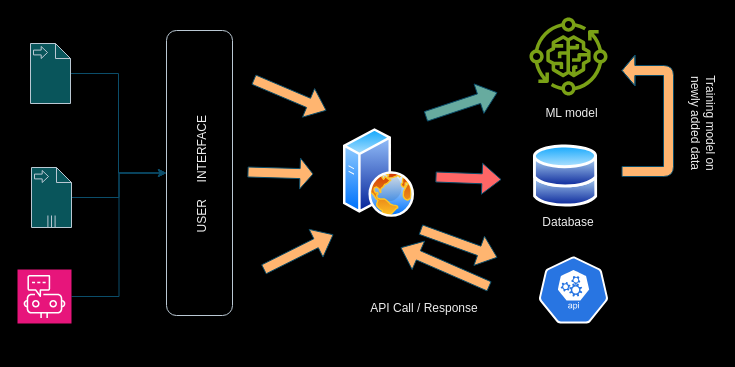
anurag629/draw.io keeps this draw.io diagram as dataflow.drawio. Above is the earlier version. Source tidied: cells renumbered, new cells numbered last; positions are measured from the earlier drawing's top-left corner, leaving out a move shared by most shapes. Both pictures are drawn from the tidied source at 100%, with x=0, y=0 at pixel (17, 17).
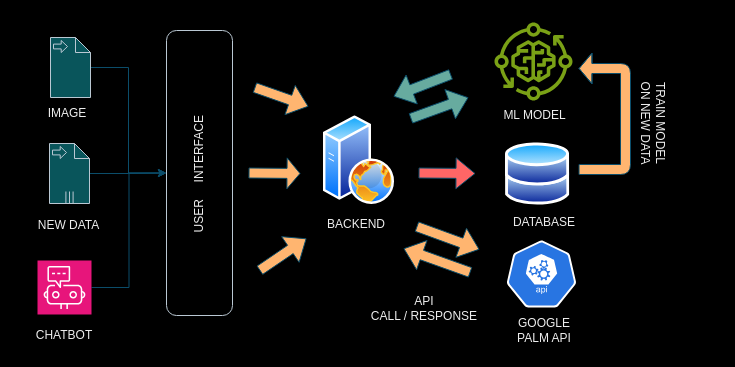
The same page after the edit.

The edit, as a diff of the source:
```diff
@@
     <mxCell id="2" style="image;perimeter=ellipsePerimeter;html=1;align=center;shadow=0;dashed=0;spacingTop=3;image=img/lib/active_directory/databases.svg;rounded=1;labelBackgroundColor=none;fillColor=#09555B;strokeColor=#BAC8D3;fontColor=#EEEEEE;" parent="1" vertex="1">
-      <mxGeometry x="516" y="127" width="64.3" height="63" as="geometry" />
+      <mxGeometry x="488" y="125" width="64.3" height="63" as="geometry" />
     </mxCell>
@@
     <mxCell id="4" style="shape=mxgraph.bpmn.data;labelPosition=center;verticalLabelPosition=bottom;align=center;verticalAlign=top;size=15;html=1;bpmnTransferType=input;rounded=1;labelBackgroundColor=none;fillColor=#09555B;strokeColor=#BAC8D3;fontColor=#EEEEEE;" parent="1" vertex="1">
-      <mxGeometry x="13" y="26" width="40" height="60" as="geometry" />
+      <mxGeometry x="33" y="20" width="40" height="60" as="geometry" />
     </mxCell>
@@
     <mxCell id="6" style="shape=mxgraph.bpmn.data;labelPosition=center;verticalLabelPosition=bottom;align=center;verticalAlign=top;size=15;html=1;bpmnTransferType=input;isCollection=1;rounded=1;labelBackgroundColor=none;fillColor=#09555B;strokeColor=#BAC8D3;fontColor=#EEEEEE;" parent="1" vertex="1">
-      <mxGeometry x="14" y="150" width="40" height="60" as="geometry" />
+      <mxGeometry x="32" y="126" width="40" height="60" as="geometry" />
     </mxCell>
     <mxCell id="7" style="image;perimeter=ellipsePerimeter;html=1;align=center;shadow=0;dashed=0;spacingTop=3;image=img/lib/active_directory/web_server.svg;rounded=1;labelBackgroundColor=none;fillColor=#09555B;strokeColor=#BAC8D3;fontColor=#EEEEEE;" parent="1" vertex="1">
-      <mxGeometry x="326" y="111.1" width="71" height="88.8" as="geometry" />
+      <mxGeometry x="306" y="98.2" width="71" height="88.8" as="geometry" />
     </mxCell>
@@
     <mxCell id="9" style="shape=flexArrow;endArrow=classic;html=1;rounded=1;strokeColor=#0B4D6A;fillColor=#FFB570;endSize=4;startSize=1;" parent="1" edge="1">
       <mxGeometry relative="1" as="geometry">
-        <mxPoint x="230" y="154.5" as="sourcePoint" />
-        <mxPoint x="296" y="156.5" as="targetPoint" />
+        <mxPoint x="231" y="155.5" as="sourcePoint" />
+        <mxPoint x="283" y="156" as="targetPoint" />
       </mxGeometry>
     </mxCell>
@@
     <mxCell id="11" style="sketch=0;points=[[0,0,0],[0.25,0,0],[0.5,0,0],[0.75,0,0],[1,0,0],[0,1,0],[0.25,1,0],[0.5,1,0],[0.75,1,0],[1,1,0],[0,0.25,0],[0,0.5,0],[0,0.75,0],[1,0.25,0],[1,0.5,0],[1,0.75,0]];points=[[0,0,0],[0.25,0,0],[0.5,0,0],[0.75,0,0],[1,0,0],[0,1,0],[0.25,1,0],[0.5,1,0],[0.75,1,0],[1,1,0],[0,0.25,0],[0,0.5,0],[0,0.75,0],[1,0.25,0],[1,0.5,0],[1,0.75,0]];outlineConnect=0;fontColor=#232F3E;fillColor=#E7157B;strokeColor=#ffffff;dashed=0;verticalLabelPosition=bottom;verticalAlign=top;align=center;html=1;fontSize=12;fontStyle=0;shape=mxgraph.aws4.resourceIcon;resIcon=mxgraph.aws4.chatbot;" parent="1" vertex="1">
-      <mxGeometry y="252" width="54" height="54" as="geometry" />
+      <mxGeometry x="20" y="243" width="54" height="54" as="geometry" />
     </mxCell>
     <mxCell id="12" style="shape=flexArrow;endArrow=classic;html=1;rounded=1;strokeColor=#0B4D6A;fillColor=#FFB570;" parent="1" edge="1">
       <mxGeometry relative="1" as="geometry">
-        <mxPoint x="236" y="62" as="sourcePoint" />
-        <mxPoint x="309" y="93" as="targetPoint" />
+        <mxPoint x="237" y="70" as="sourcePoint" />
+        <mxPoint x="291" y="89" as="targetPoint" />
       </mxGeometry>
     </mxCell>
     <mxCell id="13" style="shape=flexArrow;endArrow=classic;html=1;rounded=1;strokeColor=#0B4D6A;fillColor=#FFB570;" parent="1" edge="1">
       <mxGeometry relative="1" as="geometry">
-        <mxPoint x="246" y="252" as="sourcePoint" />
-        <mxPoint x="316" y="217" as="targetPoint" />
+        <mxPoint x="242" y="253" as="sourcePoint" />
+        <mxPoint x="289" y="221" as="targetPoint" />
       </mxGeometry>
     </mxCell>
     <mxCell id="14" style="shape=flexArrow;endArrow=classic;html=1;rounded=1;strokeColor=#0B4D6A;fillColor=#FF6666;" parent="1" edge="1">
       <mxGeometry relative="1" as="geometry">
-        <mxPoint x="418" y="159.5" as="sourcePoint" />
-        <mxPoint x="484" y="162" as="targetPoint" />
+        <mxPoint x="401" y="155.5" as="sourcePoint" />
+        <mxPoint x="458" y="156" as="targetPoint" />
       </mxGeometry>
     </mxCell>
     <mxCell id="15" style="shape=flexArrow;endArrow=classic;html=1;rounded=1;strokeColor=#0B4D6A;fillColor=#67AB9F;" parent="1" edge="1">
       <mxGeometry relative="1" as="geometry">
-        <mxPoint x="408" y="99" as="sourcePoint" />
-        <mxPoint x="480" y="75" as="targetPoint" />
+        <mxPoint x="393" y="101" as="sourcePoint" />
+        <mxPoint x="451" y="80" as="targetPoint" />
       </mxGeometry>
     </mxCell>
     <mxCell id="16" style="shape=flexArrow;endArrow=classic;html=1;rounded=1;strokeColor=#0B4D6A;fillColor=#FFB570;" parent="1" edge="1">
       <mxGeometry relative="1" as="geometry">
-        <mxPoint x="403" y="212" as="sourcePoint" />
-        <mxPoint x="480" y="240" as="targetPoint" />
+        <mxPoint x="399" y="209" as="sourcePoint" />
+        <mxPoint x="462" y="232" as="targetPoint" />
       </mxGeometry>
     </mxCell>
-    <mxCell id="17" style="sketch=0;html=1;dashed=0;whitespace=wrap;fillColor=#2875E2;strokeColor=#ffffff;verticalLabelPosition=bottom;align=center;verticalAlign=top;shape=mxgraph.kubernetes.icon;prIcon=api;fontColor=#EEEEEE;" parent="1" vertex="1">
-      <mxGeometry x="516" y="239" width="80" height="67" as="geometry" />
+    <mxCell id="17" value="&lt;br&gt;" style="sketch=0;html=1;dashed=0;whitespace=wrap;fillColor=#2875E2;strokeColor=#ffffff;verticalLabelPosition=bottom;align=center;verticalAlign=top;shape=mxgraph.kubernetes.icon;prIcon=api;fontColor=#EEEEEE;" parent="1" vertex="1">
+      <mxGeometry x="484" y="223" width="80" height="67" as="geometry" />
     </mxCell>
     <mxCell id="18" style="shape=flexArrow;endArrow=classic;html=1;rounded=1;strokeColor=#0B4D6A;fillColor=#FFB570;" parent="1" edge="1">
       <mxGeometry relative="1" as="geometry">
-        <mxPoint x="472" y="269" as="sourcePoint" />
-        <mxPoint x="383" y="230" as="targetPoint" />
+        <mxPoint x="453" y="255" as="sourcePoint" />
+        <mxPoint x="386" y="231" as="targetPoint" />
       </mxGeometry>
     </mxCell>
-    <mxCell id="19" value="API Call / Response" style="text;strokeColor=none;align=center;fillColor=none;html=1;verticalAlign=middle;whiteSpace=wrap;rounded=0;fontColor=#EEEEEE;" parent="1" vertex="1">
+    <mxCell id="19" value="API &lt;br&gt;CALL / RESPONSE" style="text;strokeColor=none;align=center;fillColor=none;html=1;verticalAlign=middle;whiteSpace=wrap;rounded=0;fontColor=#EEEEEE;" parent="1" vertex="1">
       <mxGeometry x="342" y="276" width="130" height="30" as="geometry" />
     </mxCell>
-    <mxCell id="20" value="Database" style="text;strokeColor=none;align=center;fillColor=none;html=1;verticalAlign=middle;whiteSpace=wrap;rounded=0;fontColor=#EEEEEE;" parent="1" vertex="1">
-      <mxGeometry x="486" y="190" width="130" height="30" as="geometry" />
+    <mxCell id="20" value="DATABASE" style="text;strokeColor=none;align=center;fillColor=none;html=1;verticalAlign=middle;whiteSpace=wrap;rounded=0;fontColor=#EEEEEE;" parent="1" vertex="1">
+      <mxGeometry x="462" y="190" width="130" height="30" as="geometry" />
     </mxCell>
     <mxCell id="21" value="USER&amp;nbsp; &amp;nbsp; &amp;nbsp;INTERFACE" style="text;strokeColor=none;align=center;fillColor=none;html=1;verticalAlign=middle;whiteSpace=wrap;rounded=0;fontColor=#EEEEEE;rotation=-90;" parent="1" vertex="1">
-      <mxGeometry x="74.8" y="142.2" width="220.5" height="30" as="geometry" />
+      <mxGeometry x="71.8" y="142.2" width="220.5" height="30" as="geometry" />
     </mxCell>
     <mxCell id="22" style="sketch=0;fontColor=#232F3E;gradientColor=none;fillColor=#7AA116;strokeColor=none;dashed=0;verticalLabelPosition=bottom;verticalAlign=top;align=center;html=1;fontSize=12;fontStyle=0;shape=mxgraph.aws4.iot_greengrass_component_machine_learning;" parent="1" vertex="1">
-      <mxGeometry x="512" width="78" height="78" as="geometry" />
+      <mxGeometry x="477" y="5" width="78" height="78" as="geometry" />
     </mxCell>
-    <mxCell id="23" value="ML model" style="text;strokeColor=none;align=center;fillColor=none;html=1;verticalAlign=middle;whiteSpace=wrap;rounded=0;fontColor=#EEEEEE;" parent="1" vertex="1">
-      <mxGeometry x="513" y="81.1" width="83" height="30" as="geometry" />
+    <mxCell id="23" value="ML MODEL" style="text;strokeColor=none;align=center;fillColor=none;html=1;verticalAlign=middle;whiteSpace=wrap;rounded=0;fontColor=#EEEEEE;" parent="1" vertex="1">
+      <mxGeometry x="476" y="83.1" width="83" height="30" as="geometry" />
     </mxCell>
     <mxCell id="24" style="shape=flexArrow;endArrow=classic;html=1;rounded=1;strokeColor=#0B4D6A;fillColor=#FFB570;endSize=4;startSize=1;" parent="1" edge="1">
       <mxGeometry relative="1" as="geometry">
-        <mxPoint x="604" y="154" as="sourcePoint" />
-        <mxPoint x="604" y="53" as="targetPoint" />
+        <mxPoint x="561" y="152" as="sourcePoint" />
+        <mxPoint x="561" y="51" as="targetPoint" />
         <Array as="points">
-          <mxPoint x="651" y="154" />
-          <mxPoint x="651" y="53" />
+          <mxPoint x="608" y="152" />
+          <mxPoint x="608" y="51" />
         </Array>
       </mxGeometry>
     </mxCell>
-    <mxCell id="25" value="Training model on &lt;br&gt;newly added data" style="text;strokeColor=none;align=center;fillColor=none;html=1;verticalAlign=middle;whiteSpace=wrap;rounded=0;fontColor=#EEEEEE;rotation=90;" parent="1" vertex="1">
-      <mxGeometry x="603" y="91" width="165" height="30" as="geometry" />
+    <mxCell id="25" value="&lt;font face=&quot;Helvetica&quot;&gt;TRAIN MODEL &lt;br&gt;ON NEW DATA&lt;/font&gt;" style="text;strokeColor=none;align=center;fillColor=none;html=1;verticalAlign=middle;whiteSpace=wrap;rounded=0;fontColor=#EEEEEE;rotation=90;spacing=3;fontFamily=Verdana;" parent="1" vertex="1">
+      <mxGeometry x="553" y="91" width="165" height="30" as="geometry" />
     </mxCell>
+    <mxCell id="26" value="BACKEND" style="text;strokeColor=none;align=center;fillColor=none;html=1;verticalAlign=middle;whiteSpace=wrap;rounded=0;fontColor=#EEEEEE;" parent="1" vertex="1">
+      <mxGeometry x="309" y="192" width="60" height="30" as="geometry" />
+    </mxCell>
+    <mxCell id="27" value="NEW DATA" style="text;strokeColor=none;align=center;fillColor=none;html=1;verticalAlign=middle;whiteSpace=wrap;rounded=0;fontColor=#EEEEEE;" parent="1" vertex="1">
+      <mxGeometry x="17" y="193" width="69" height="30" as="geometry" />
+    </mxCell>
+    <mxCell id="28" value="IMAGE" style="text;strokeColor=none;align=center;fillColor=none;html=1;verticalAlign=middle;whiteSpace=wrap;rounded=0;fontColor=#EEEEEE;" parent="1" vertex="1">
+      <mxGeometry x="20" y="81.1" width="60" height="30" as="geometry" />
+    </mxCell>
+    <mxCell id="29" value="CHATBOT" style="text;strokeColor=none;align=center;fillColor=none;html=1;verticalAlign=middle;whiteSpace=wrap;rounded=0;fontColor=#EEEEEE;" parent="1" vertex="1">
+      <mxGeometry x="17" y="303" width="60" height="30" as="geometry" />
+    </mxCell>
+    <mxCell id="30" style="shape=flexArrow;endArrow=classic;html=1;rounded=1;strokeColor=#0B4D6A;fillColor=#67AB9F;entryX=0.5;entryY=0;entryDx=0;entryDy=0;" parent="1" edge="1">
+      <mxGeometry relative="1" as="geometry">
+        <mxPoint x="433.5" y="56.8" as="sourcePoint" />
+        <mxPoint x="376" y="79" as="targetPoint" />
+      </mxGeometry>
+    </mxCell>
+    <mxCell id="31" value="GOOGLE&lt;br&gt;PALM API" style="text;strokeColor=none;align=center;fillColor=none;html=1;verticalAlign=middle;whiteSpace=wrap;rounded=0;fontColor=#EEEEEE;" parent="1" vertex="1">
+      <mxGeometry x="497.1" y="298" width="60" height="30" as="geometry" />
+    </mxCell>
```
